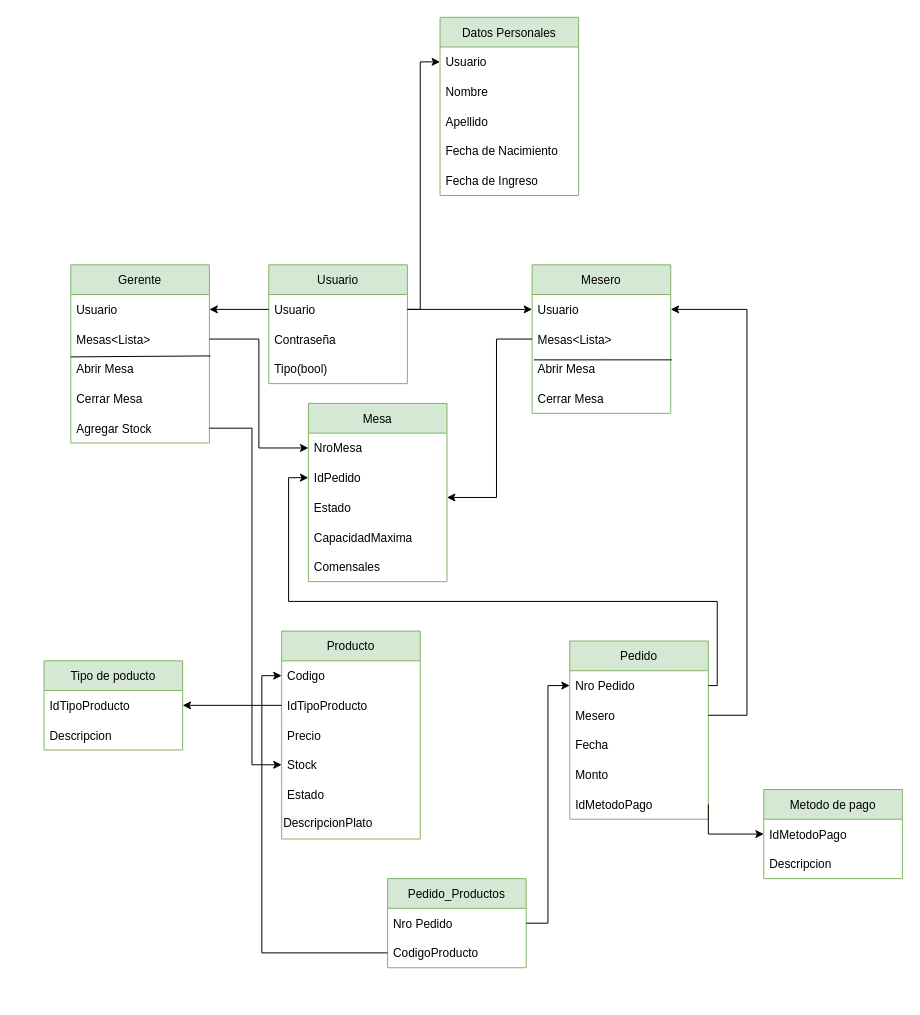
This is page "Page-1" (1 of 24) of Modelo de dominio/Modelo de dominio.drawio from JEMoruzzi16/Tp-Cuatrimestral-Moruzzi-Quinteros, a draw.io file, before an edit. Source tidied: cells renumbered, new cells numbered last; positions are measured from the earlier drawing's top-left corner, leaving out a move shared by most shapes. Both pictures are drawn from the tidied source at 99%, with x=0, y=0 at pixel (44, 17).
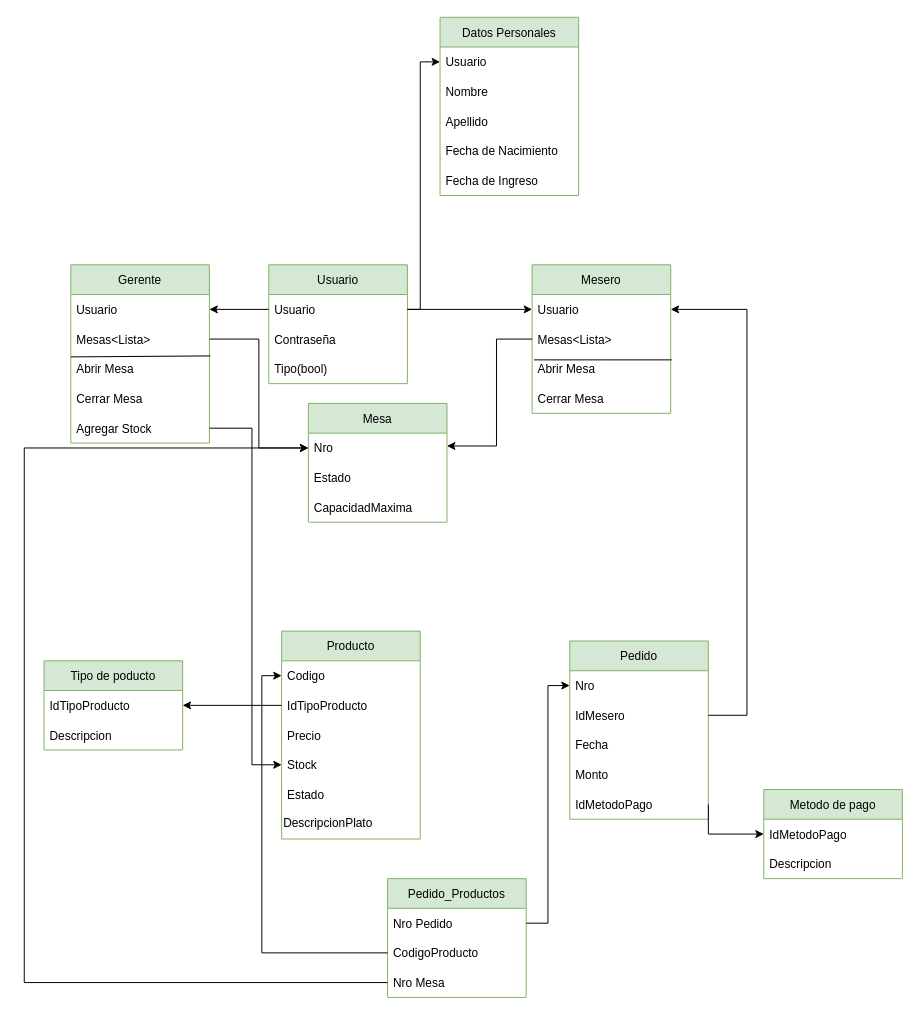
After the change.

Unchanged cells that the change refers to:
```xml
<mxCell id="13" value="Pedido" style="swimlane;fontStyle=0;horizontal=1;startSize=30;hachureGap=4;fillColor=#d5e8d4;strokeColor=#82b366;fontColor=default;" parent="1" vertex="1">
  <mxGeometry x="531" y="630" width="140" height="180" as="geometry" />
</mxCell>
<mxCell id="27" value="Mesas&lt;Lista&gt;" style="text;strokeColor=none;fillColor=none;align=left;verticalAlign=middle;spacingLeft=4;spacingRight=4;overflow=hidden;points=[[0,0.5],[1,0.5]];portConstraint=eastwest;fontColor=default;" parent="25" vertex="1">
  <mxGeometry y="60" width="140" height="30" as="geometry" />
</mxCell>
```

What changed in the source:
```diff
@@
-    <mxCell id="14" value="Nro Pedido" style="text;strokeColor=none;fillColor=none;align=left;verticalAlign=middle;spacingLeft=4;spacingRight=4;overflow=hidden;points=[[0,0.5],[1,0.5]];portConstraint=eastwest;" parent="13" vertex="1">
+    <mxCell id="14" value="Nro" style="text;strokeColor=none;fillColor=none;align=left;verticalAlign=middle;spacingLeft=4;spacingRight=4;overflow=hidden;points=[[0,0.5],[1,0.5]];portConstraint=eastwest;" parent="13" vertex="1">
       <mxGeometry y="30" width="140" height="30" as="geometry" />
     </mxCell>
-    <mxCell id="15" value="Mesero" style="text;strokeColor=none;fillColor=none;align=left;verticalAlign=middle;spacingLeft=4;spacingRight=4;overflow=hidden;points=[[0,0.5],[1,0.5]];portConstraint=eastwest;fontColor=default;" parent="13" vertex="1">
+    <mxCell id="15" value="IdMesero" style="text;strokeColor=none;fillColor=none;align=left;verticalAlign=middle;spacingLeft=4;spacingRight=4;overflow=hidden;points=[[0,0.5],[1,0.5]];portConstraint=eastwest;fontColor=default;" parent="13" vertex="1">
       <mxGeometry y="60" width="140" height="30" as="geometry" />
     </mxCell>
@@
     <mxCell id="19" value="Mesa" style="swimlane;fontStyle=0;horizontal=1;startSize=30;fillColor=#d5e8d4;strokeColor=#82b366;fontColor=default;" parent="1" vertex="1">
-      <mxGeometry x="267" y="390" width="140" height="180" as="geometry" />
+      <mxGeometry x="267" y="390" width="140" height="120" as="geometry" />
     </mxCell>
-    <mxCell id="20" value="NroMesa" style="text;strokeColor=none;fillColor=none;align=left;verticalAlign=middle;spacingLeft=4;spacingRight=4;overflow=hidden;points=[[0,0.5],[1,0.5]];portConstraint=eastwest;" parent="19" vertex="1">
+    <mxCell id="20" value="Nro" style="text;strokeColor=none;fillColor=none;align=left;verticalAlign=middle;spacingLeft=4;spacingRight=4;overflow=hidden;points=[[0,0.5],[1,0.5]];portConstraint=eastwest;" parent="19" vertex="1">
       <mxGeometry y="30" width="140" height="30" as="geometry" />
     </mxCell>
-    <mxCell id="21" value="IdPedido" style="text;strokeColor=none;fillColor=none;align=left;verticalAlign=middle;spacingLeft=4;spacingRight=4;overflow=hidden;points=[[0,0.5],[1,0.5]];portConstraint=eastwest;fontColor=default;" parent="19" vertex="1">
-      <mxGeometry y="60" width="140" height="30" as="geometry" />
-    </mxCell>
     <mxCell id="22" value="Estado" style="text;strokeColor=none;fillColor=none;align=left;verticalAlign=middle;spacingLeft=4;spacingRight=4;overflow=hidden;fontColor=default;" parent="19" vertex="1">
-      <mxGeometry y="90" width="140" height="30" as="geometry" />
+      <mxGeometry y="60" width="140" height="30" as="geometry" />
     </mxCell>
     <mxCell id="23" value="CapacidadMaxima" style="text;strokeColor=none;fillColor=none;align=left;verticalAlign=middle;spacingLeft=4;spacingRight=4;overflow=hidden;fontColor=default;" parent="19" vertex="1">
-      <mxGeometry y="120" width="140" height="30" as="geometry" />
+      <mxGeometry y="90" width="140" height="30" as="geometry" />
     </mxCell>
-    <mxCell id="24" value="Comensales" style="text;strokeColor=none;fillColor=none;align=left;verticalAlign=middle;spacingLeft=4;spacingRight=4;overflow=hidden;fontColor=default;" parent="19" vertex="1">
-      <mxGeometry y="150" width="140" height="30" as="geometry" />
-    </mxCell>
@@
-    <mxCell id="40" style="edgeStyle=orthogonalEdgeStyle;rounded=0;jettySize=auto;html=1;exitX=1;exitY=0.5;exitDx=0;exitDy=0;entryX=0;entryY=0.5;entryDx=0;entryDy=0;fontColor=default;strokeColor=default;labelBackgroundColor=default;" parent="1" edge="1" source="14" target="21">
-      <mxGeometry relative="1" as="geometry">
-        <Array as="points">
-          <mxPoint x="680" y="675" />
-          <mxPoint x="680" y="590" />
-          <mxPoint x="247" y="590" />
-          <mxPoint x="247" y="465" />
-        </Array>
-      </mxGeometry>
-    </mxCell>
-    <mxCell id="41" style="edgeStyle=orthogonalEdgeStyle;rounded=0;jettySize=auto;html=1;exitX=0;exitY=0.5;exitDx=0;exitDy=0;fontColor=default;strokeColor=default;labelBackgroundColor=default;" parent="1" edge="1" source="27">
+    <mxCell id="41" style="edgeStyle=orthogonalEdgeStyle;rounded=0;jettySize=auto;html=1;exitX=0;exitY=0.5;exitDx=0;exitDy=0;fontColor=default;strokeColor=default;labelBackgroundColor=default;" parent="1" edge="1" source="27" target="20">
       <mxGeometry relative="1" as="geometry">
-        <mxPoint x="407" y="485" as="targetPoint" />
         <Array as="points">
           <mxPoint x="457" y="325" />
-          <mxPoint x="457" y="485" />
+          <mxPoint x="457" y="433" />
         </Array>
       </mxGeometry>
     </mxCell>
@@
     <mxCell id="60" value="Pedido_Productos" style="swimlane;fontStyle=0;horizontal=1;startSize=30;hachureGap=4;fillColor=#d5e8d4;strokeColor=#82b366;fontColor=default;" parent="1" vertex="1">
-      <mxGeometry x="347" y="870" width="140" height="90" as="geometry" />
+      <mxGeometry x="347" y="870" width="140" height="120" as="geometry" />
     </mxCell>
@@
+    <mxCell id="65" value="Nro Mesa" style="text;strokeColor=none;fillColor=none;align=left;verticalAlign=middle;spacingLeft=4;spacingRight=4;overflow=hidden;points=[[0,0.5],[1,0.5]];portConstraint=eastwest;fontColor=default;" parent="60" vertex="1">
+      <mxGeometry y="90" width="140" height="30" as="geometry" />
+    </mxCell>
@@
+    <mxCell id="66" style="edgeStyle=orthogonalEdgeStyle;rounded=0;jettySize=auto;html=1;entryX=0;entryY=0.5;entryDx=0;entryDy=0;" parent="1" edge="1" source="65" target="20">
+      <mxGeometry relative="1" as="geometry">
+        <Array as="points">
+          <mxPoint x="-20" y="975" />
+          <mxPoint x="-20" y="435" />
+        </Array>
+      </mxGeometry>
+    </mxCell>
```
